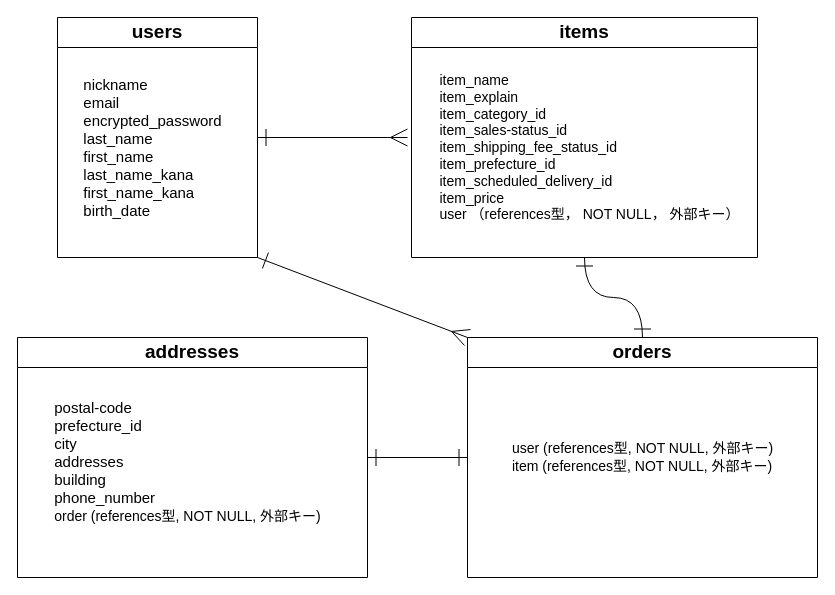
Earlier version of the draw.io diagram ER.dio (ooooeaa/furima-40460). Source tidied: cells renumbered, new cells numbered last; positions are measured from the earlier drawing's top-left corner, leaving out a move shared by most shapes. Both pictures are drawn from the tidied source at 100%, with x=0, y=0 at pixel (17, 17).
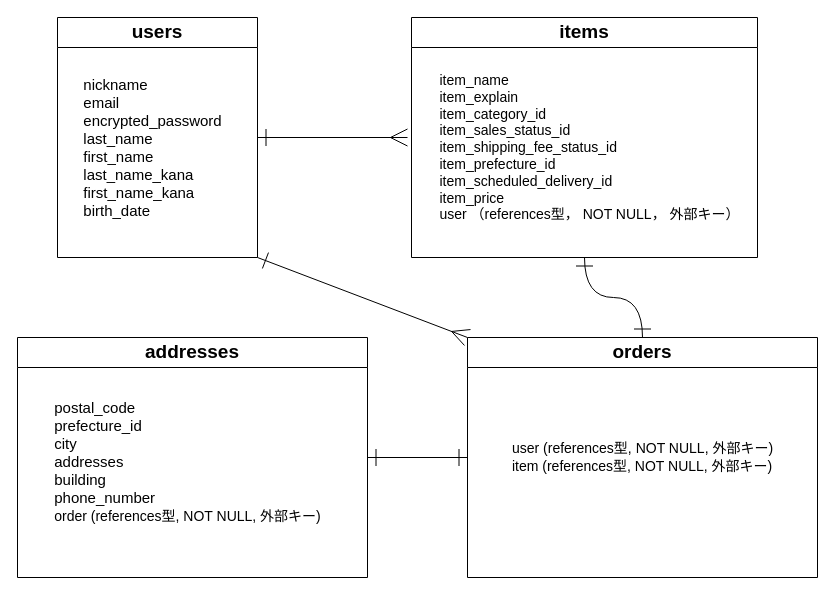
The same page after the edit.

Diff of the diagram source:
```diff
@@
 <mxGraphModel>
   <root>
     <mxCell id="0" />
     <mxCell id="1" parent="0" />
     <mxCell id="2" style="edgeStyle=orthogonalEdgeStyle;html=1;exitX=1;exitY=0.5;exitDx=0;exitDy=0;curved=1;startArrow=ERone;startFill=0;endArrow=ERmany;endFill=0;strokeWidth=1;endSize=15;startSize=15;" parent="1" edge="1" source="4">
       <mxGeometry relative="1" as="geometry">
         <mxPoint x="390" y="120" as="targetPoint" />
       </mxGeometry>
     </mxCell>
     <mxCell id="3" style="edgeStyle=none;html=1;exitX=1;exitY=1;exitDx=0;exitDy=0;entryX=0;entryY=0;entryDx=0;entryDy=0;startArrow=ERone;startFill=0;endArrow=ERmany;endFill=0;startSize=15;endSize=15;" parent="1" edge="1" source="4" target="12">
       <mxGeometry relative="1" as="geometry" />
     </mxCell>
     <mxCell id="4" value="users" style="swimlane;whiteSpace=wrap;html=1;strokeColor=default;fontFamily=Helvetica;fontSize=19;fontColor=default;startSize=30;fillColor=default;" parent="1" vertex="1">
       <mxGeometry x="40" width="200" height="240" as="geometry" />
     </mxCell>
     <mxCell id="5" value="&lt;div style=&quot;text-align: left;&quot;&gt;&lt;span style=&quot;background-color: initial;&quot;&gt;nickname&lt;/span&gt;&lt;/div&gt;&lt;div style=&quot;text-align: left; font-size: 15px;&quot;&gt;&lt;span style=&quot;background-color: initial; font-size: 15px;&quot;&gt;email&lt;/span&gt;&lt;/div&gt;&lt;div style=&quot;text-align: left; font-size: 15px;&quot;&gt;&lt;span style=&quot;background-color: initial; font-size: 15px;&quot;&gt;encrypted_password&lt;/span&gt;&lt;/div&gt;&lt;div style=&quot;text-align: left; font-size: 15px;&quot;&gt;&lt;span style=&quot;background-color: initial; font-size: 15px;&quot;&gt;last_name&lt;/span&gt;&lt;/div&gt;&lt;div style=&quot;text-align: left; font-size: 15px;&quot;&gt;first_name&lt;/div&gt;&lt;div style=&quot;text-align: left; font-size: 15px;&quot;&gt;last_name_kana&lt;/div&gt;&lt;div style=&quot;text-align: left; font-size: 15px;&quot;&gt;first_name_kana&lt;/div&gt;&lt;div style=&quot;text-align: left; font-size: 15px;&quot;&gt;birth_date&lt;/div&gt;" style="text;html=1;align=center;verticalAlign=middle;strokeColor=none;fillColor=none;fontSize=15;" parent="4" vertex="1">
       <mxGeometry x="15" y="50" width="160" height="160" as="geometry" />
     </mxCell>
     <mxCell id="6" style="edgeStyle=orthogonalEdgeStyle;html=1;strokeWidth=1;startArrow=ERone;startFill=0;endArrow=ERone;endFill=0;startSize=15;endSize=15;entryX=0.5;entryY=0;entryDx=0;entryDy=0;curved=1;" parent="1" edge="1" source="7" target="12">
       <mxGeometry relative="1" as="geometry" />
     </mxCell>
     <mxCell id="7" value="items" style="swimlane;whiteSpace=wrap;html=1;strokeColor=default;fontFamily=Helvetica;fontSize=19;fontColor=default;startSize=30;fillColor=default;" parent="1" vertex="1">
       <mxGeometry x="394" width="346" height="240" as="geometry" />
     </mxCell>
-    <mxCell id="8" value="&lt;div style=&quot;text-align: left; font-size: 14px;&quot;&gt;&lt;font style=&quot;font-size: 14px;&quot;&gt;&lt;span style=&quot;background-color: initial;&quot;&gt;item_name&lt;/span&gt;&lt;br&gt;&lt;/font&gt;&lt;/div&gt;&lt;div style=&quot;text-align: left; font-size: 14px;&quot;&gt;&lt;span style=&quot;background-color: initial;&quot;&gt;&lt;font style=&quot;font-size: 14px;&quot;&gt;item_explain&lt;/font&gt;&lt;/span&gt;&lt;/div&gt;&lt;div style=&quot;text-align: left; font-size: 14px;&quot;&gt;&lt;span style=&quot;background-color: initial;&quot;&gt;&lt;font style=&quot;font-size: 14px;&quot;&gt;item_category_id&lt;/font&gt;&lt;/span&gt;&lt;/div&gt;&lt;div style=&quot;text-align: left; font-size: 14px;&quot;&gt;&lt;span style=&quot;background-color: initial;&quot;&gt;&lt;font style=&quot;font-size: 14px;&quot;&gt;item_sales-status_id&lt;/font&gt;&lt;/span&gt;&lt;/div&gt;&lt;div style=&quot;text-align: left; font-size: 14px;&quot;&gt;&lt;span style=&quot;background-color: initial;&quot;&gt;&lt;font style=&quot;font-size: 14px;&quot;&gt;item_shipping_fee_status_id&lt;/font&gt;&lt;/span&gt;&lt;/div&gt;&lt;div style=&quot;text-align: left; font-size: 14px;&quot;&gt;&lt;span style=&quot;background-color: initial;&quot;&gt;&lt;font style=&quot;font-size: 14px;&quot;&gt;item_prefecture_id&lt;/font&gt;&lt;/span&gt;&lt;/div&gt;&lt;div style=&quot;text-align: left; font-size: 14px;&quot;&gt;&lt;span style=&quot;background-color: initial;&quot;&gt;&lt;font style=&quot;font-size: 14px;&quot;&gt;item_scheduled_delivery_id&lt;/font&gt;&lt;/span&gt;&lt;/div&gt;&lt;div style=&quot;text-align: left; font-size: 14px;&quot;&gt;&lt;span style=&quot;background-color: initial;&quot;&gt;&lt;font style=&quot;font-size: 14px;&quot;&gt;item_price&lt;/font&gt;&lt;/span&gt;&lt;/div&gt;&lt;div style=&quot;text-align: left; font-size: 14px;&quot;&gt;&lt;font style=&quot;font-size: 14px;&quot;&gt;&lt;span style=&quot;background-color: initial;&quot;&gt;user （references型， N&lt;/span&gt;&lt;span style=&quot;background-color: initial;&quot;&gt;OT NULL， 外部キー）&lt;/span&gt;&lt;/font&gt;&lt;/div&gt;" style="text;html=1;align=center;verticalAlign=middle;strokeColor=none;fillColor=none;fontSize=15;" parent="7" vertex="1">
+    <mxCell id="8" value="&lt;div style=&quot;text-align: left; font-size: 14px;&quot;&gt;&lt;font style=&quot;font-size: 14px;&quot;&gt;&lt;span style=&quot;background-color: initial;&quot;&gt;item_name&lt;/span&gt;&lt;br&gt;&lt;/font&gt;&lt;/div&gt;&lt;div style=&quot;text-align: left; font-size: 14px;&quot;&gt;&lt;span style=&quot;background-color: initial;&quot;&gt;&lt;font style=&quot;font-size: 14px;&quot;&gt;item_explain&lt;/font&gt;&lt;/span&gt;&lt;/div&gt;&lt;div style=&quot;text-align: left; font-size: 14px;&quot;&gt;&lt;span style=&quot;background-color: initial;&quot;&gt;&lt;font style=&quot;font-size: 14px;&quot;&gt;item_category_id&lt;/font&gt;&lt;/span&gt;&lt;/div&gt;&lt;div style=&quot;text-align: left; font-size: 14px;&quot;&gt;&lt;span style=&quot;background-color: initial;&quot;&gt;&lt;font style=&quot;font-size: 14px;&quot;&gt;item_sales_status_id&lt;/font&gt;&lt;/span&gt;&lt;/div&gt;&lt;div style=&quot;text-align: left; font-size: 14px;&quot;&gt;&lt;span style=&quot;background-color: initial;&quot;&gt;&lt;font style=&quot;font-size: 14px;&quot;&gt;item_shipping_fee_status_id&lt;/font&gt;&lt;/span&gt;&lt;/div&gt;&lt;div style=&quot;text-align: left; font-size: 14px;&quot;&gt;&lt;span style=&quot;background-color: initial;&quot;&gt;&lt;font style=&quot;font-size: 14px;&quot;&gt;item_prefecture_id&lt;/font&gt;&lt;/span&gt;&lt;/div&gt;&lt;div style=&quot;text-align: left; font-size: 14px;&quot;&gt;&lt;span style=&quot;background-color: initial;&quot;&gt;&lt;font style=&quot;font-size: 14px;&quot;&gt;item_scheduled_delivery_id&lt;/font&gt;&lt;/span&gt;&lt;/div&gt;&lt;div style=&quot;text-align: left; font-size: 14px;&quot;&gt;&lt;span style=&quot;background-color: initial;&quot;&gt;&lt;font style=&quot;font-size: 14px;&quot;&gt;item_price&lt;/font&gt;&lt;/span&gt;&lt;/div&gt;&lt;div style=&quot;text-align: left; font-size: 14px;&quot;&gt;&lt;font style=&quot;font-size: 14px;&quot;&gt;&lt;span style=&quot;background-color: initial;&quot;&gt;user （references型， N&lt;/span&gt;&lt;span style=&quot;background-color: initial;&quot;&gt;OT NULL， 外部キー）&lt;/span&gt;&lt;/font&gt;&lt;/div&gt;" style="text;html=1;align=center;verticalAlign=middle;strokeColor=none;fillColor=none;fontSize=15;" parent="7" vertex="1">
       <mxGeometry x="18" y="50" width="320" height="160" as="geometry" />
     </mxCell>
     <mxCell id="9" style="edgeStyle=none;html=1;exitX=1;exitY=0.5;exitDx=0;exitDy=0;entryX=0;entryY=0.5;entryDx=0;entryDy=0;endArrow=ERone;endFill=0;startArrow=ERone;startFill=0;startSize=15;endSize=15;" parent="1" edge="1" source="10" target="12">
       <mxGeometry relative="1" as="geometry" />
     </mxCell>
     <mxCell id="10" value="addresses" style="swimlane;whiteSpace=wrap;html=1;strokeColor=default;fontFamily=Helvetica;fontSize=19;fontColor=default;startSize=30;fillColor=default;" parent="1" vertex="1">
       <mxGeometry y="320" width="350" height="240" as="geometry" />
     </mxCell>
-    <mxCell id="11" value="&lt;div style=&quot;text-align: left;&quot;&gt;postal-code&lt;/div&gt;&lt;div style=&quot;text-align: left;&quot;&gt;prefecture_id&lt;/div&gt;&lt;div style=&quot;text-align: left;&quot;&gt;city&lt;/div&gt;&lt;div style=&quot;text-align: left;&quot;&gt;addresses&lt;/div&gt;&lt;div style=&quot;text-align: left;&quot;&gt;building&lt;/div&gt;&lt;div style=&quot;text-align: left;&quot;&gt;phone_number&lt;/div&gt;&lt;div style=&quot;text-align: left;&quot;&gt;&lt;div&gt;&lt;span style=&quot;font-size: 14px; background-color: initial;&quot;&gt;order (references型, NOT NULL, 外部キー)&lt;/span&gt;&lt;/div&gt;&lt;/div&gt;" style="text;html=1;align=center;verticalAlign=middle;strokeColor=none;fillColor=none;fontSize=15;" parent="10" vertex="1">
+    <mxCell id="11" value="&lt;div style=&quot;text-align: left;&quot;&gt;postal_code&lt;/div&gt;&lt;div style=&quot;text-align: left;&quot;&gt;prefecture_id&lt;/div&gt;&lt;div style=&quot;text-align: left;&quot;&gt;city&lt;/div&gt;&lt;div style=&quot;text-align: left;&quot;&gt;addresses&lt;/div&gt;&lt;div style=&quot;text-align: left;&quot;&gt;building&lt;/div&gt;&lt;div style=&quot;text-align: left;&quot;&gt;phone_number&lt;/div&gt;&lt;div style=&quot;text-align: left;&quot;&gt;&lt;div&gt;&lt;span style=&quot;font-size: 14px; background-color: initial;&quot;&gt;order (references型, NOT NULL, 外部キー)&lt;/span&gt;&lt;/div&gt;&lt;/div&gt;" style="text;html=1;align=center;verticalAlign=middle;strokeColor=none;fillColor=none;fontSize=15;" parent="10" vertex="1">
       <mxGeometry x="25" y="54" width="290" height="140" as="geometry" />
     </mxCell>
     <mxCell id="12" value="orders" style="swimlane;whiteSpace=wrap;html=1;strokeColor=default;fontFamily=Helvetica;fontSize=19;fontColor=default;startSize=30;fillColor=default;" parent="1" vertex="1">
       <mxGeometry x="450" y="320" width="350" height="240" as="geometry" />
     </mxCell>
     <mxCell id="13" value="&lt;div style=&quot;text-align: left;&quot;&gt;&lt;br&gt;&lt;/div&gt;&lt;div style=&quot;text-align: left;&quot;&gt;&lt;span style=&quot;font-size: 14px; background-color: initial;&quot;&gt;user (references型, NOT NULL, 外部キー)&lt;/span&gt;&lt;br&gt;&lt;/div&gt;&lt;div style=&quot;text-align: left;&quot;&gt;&lt;span style=&quot;font-size: 14px;&quot;&gt;item (references型, NOT NULL, 外部キー)&lt;/span&gt;&lt;/div&gt;" style="text;html=1;align=center;verticalAlign=middle;strokeColor=none;fillColor=none;fontSize=15;" parent="12" vertex="1">
       <mxGeometry x="35" y="75" width="280" height="70" as="geometry" />
     </mxCell>
   </root>
 </mxGraphModel>
```
